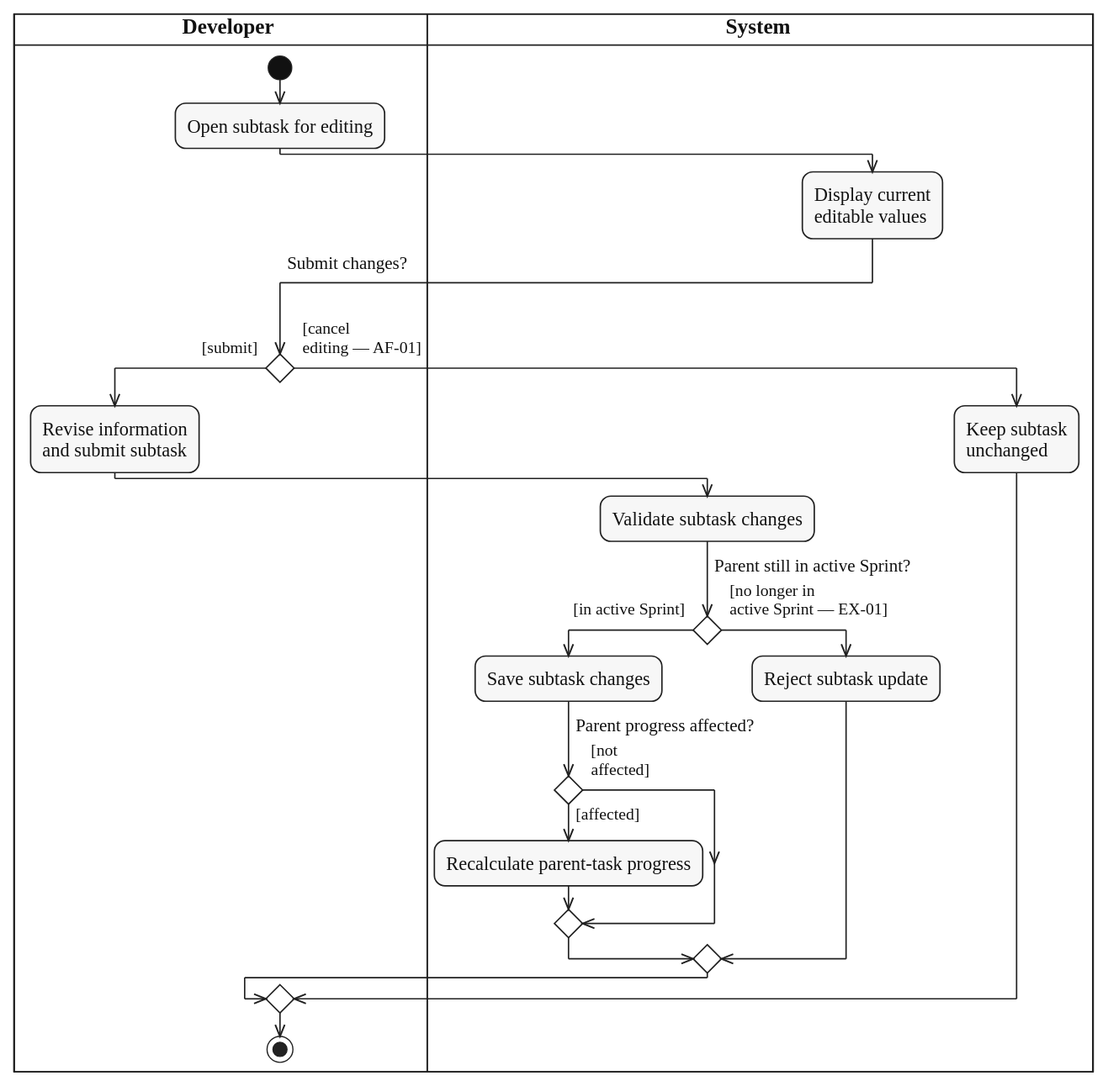
lukenab/swd392-doc-automation keeps this PlantUML diagram as diagrams/activity/sprint-work/svg/UC-SUBTASK-UPDATE.svg. Above is the earlier version. Its source is kept beside it as diagrams/activity/sprint-work/source/UC-SUBTASK-UPDATE.puml.
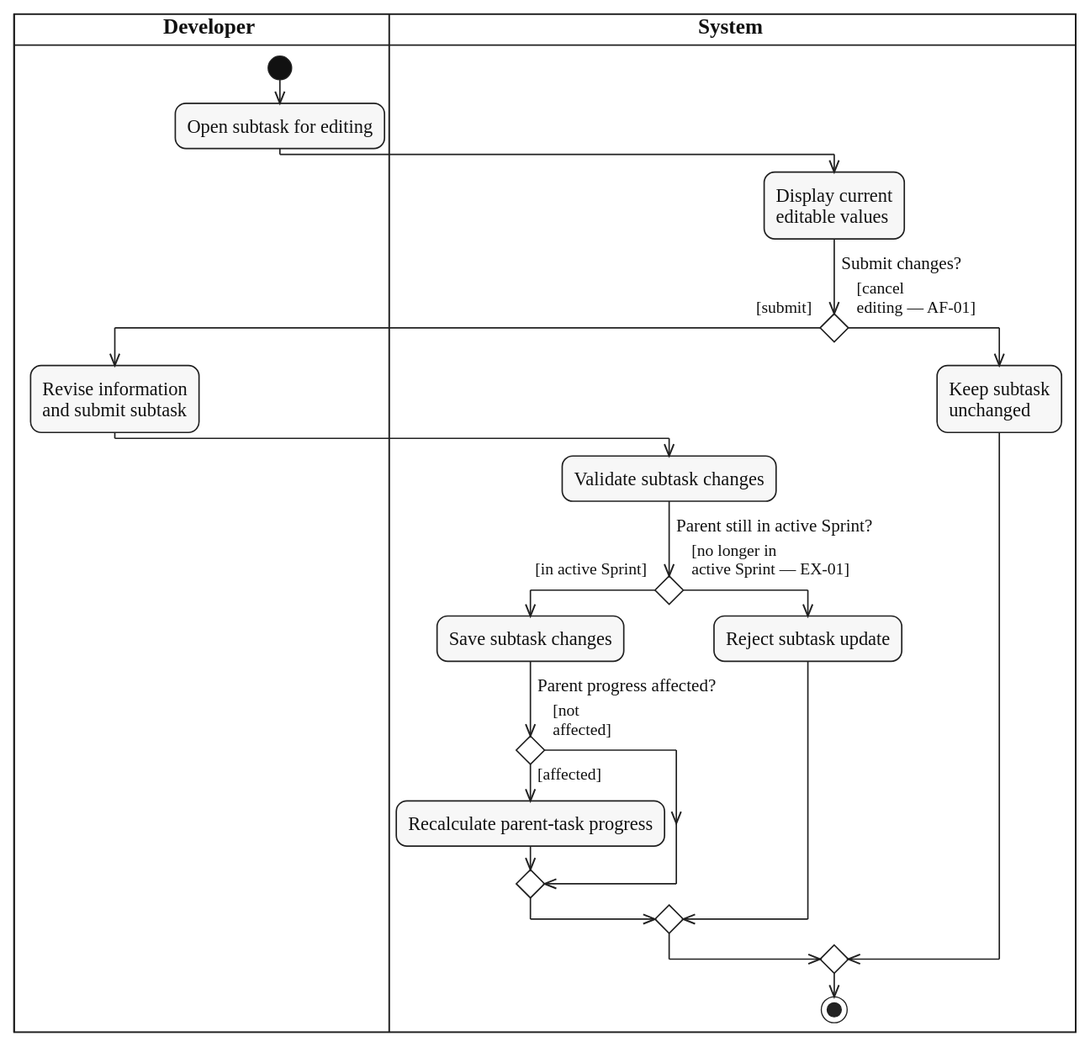
The same file after the commit.

The edit, as a diff of the source:
```diff
@@ -9,8 +9,8 @@
 |SYS|
 :Display current
 editable values;
-|DEV|
-if ($question_x("Submit changes?")) then ($guard_left("[submit]"))
+if ($question("Submit changes?")) then ($guard_left("[submit]"))
+  |DEV|
   :Revise information
   and submit subtask;
   |SYS|
@@ -29,6 +29,6 @@
   :Keep subtask
   unchanged;
 endif
-|DEV|
+|SYS|
 stop
 @enduml
```
